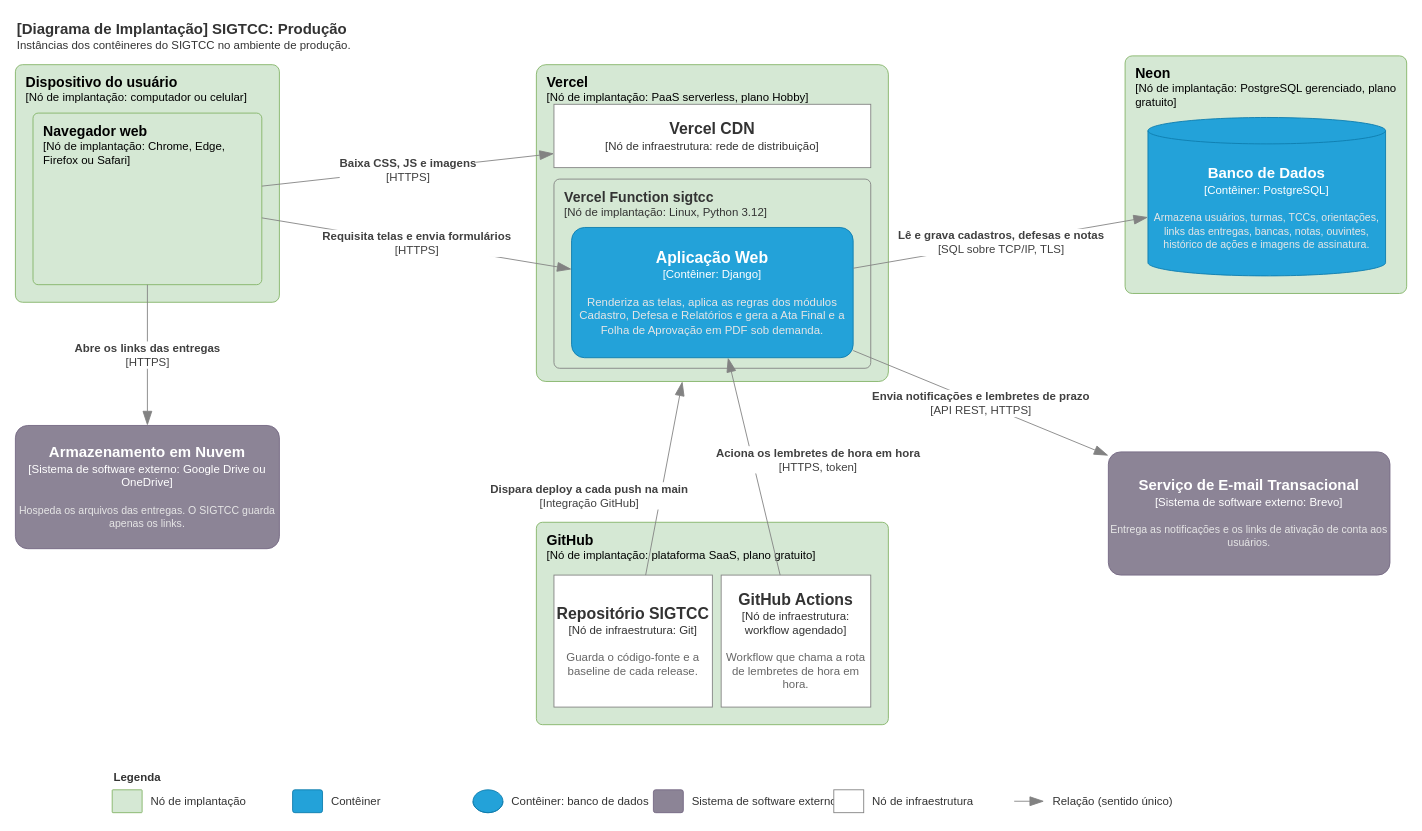
The draw.io diagram page "Produção" (1 of 2) of docs/arquitetura/Implantacao_SIGTCC.drawio in celiobenj/SIGTCC, before the edit. Source tidied: cells renumbered, new cells numbered last; positions are measured from the earlier drawing's top-left corner, leaving out a move shared by most shapes. Both pictures are drawn from the tidied source at 88%, with x=0, y=0 at pixel (15, 15).
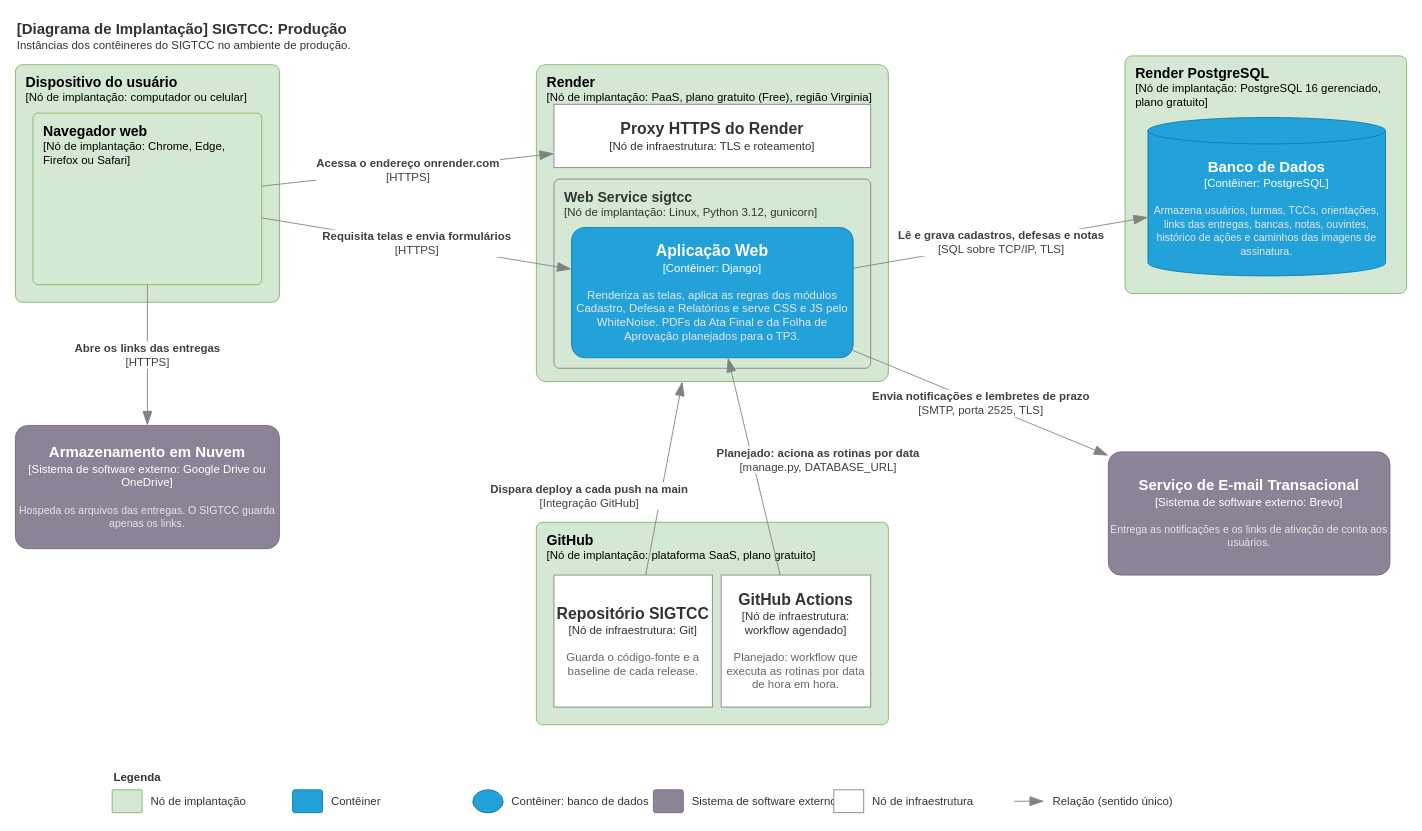
The same page after the edit.

Commit message (it also covers changes not shown here):
docs(config): atualizar diagramas de arquitetura para o Render

Implantacao e Componentes trocam Vercel, Neon, Blob e anymail pelo que roda (Render, PostgreSQL do Render, Brevo por SMTP, WhiteNoise) e marcam como planejados a rotina agendada, o armazenamento externo e os PDFs. Pacotes deixa de citar a feat-02 e perde a pagina de implantacao, que ja existe em Implantacao_SIGTCC.drawio.

Unchanged cells that the change refers to:
```xml
<mxCell id="4" value="&lt;font style=&quot;font-size: 16px;&quot;&gt;&lt;b&gt;Navegador web&lt;/b&gt;&lt;/font&gt;&lt;div&gt;[Nó de implantação: Chrome, Edge, Firefox ou Safari]&lt;/div&gt;" style="rounded=1;arcSize=3;whiteSpace=wrap;html=1;fillColor=#d5e8d4;strokeColor=#82b366;strokeWidth=1;fontSize=13;align=left;verticalAlign=top;spacingLeft=10;spacingTop=4;labelBackgroundColor=none;" parent="3" vertex="1">
  <mxGeometry x="20" y="55" width="260" height="195" as="geometry" />
</mxCell>
<mxCell id="11" value="&lt;font style=&quot;font-size: 16px;&quot;&gt;&lt;b&gt;GitHub&lt;/b&gt;&lt;/font&gt;&lt;div&gt;[Nó de implantação: plataforma SaaS, plano gratuito]&lt;/div&gt;" style="rounded=1;arcSize=3;whiteSpace=wrap;html=1;fillColor=#d5e8d4;strokeColor=#82b366;strokeWidth=1;fontSize=13;align=left;verticalAlign=top;spacingLeft=10;spacingTop=4;labelBackgroundColor=none;" parent="1" vertex="1">
  <mxGeometry x="592" y="576" width="400" height="230" as="geometry" />
</mxCell>
<mxCell id="14" value="&lt;font style=&quot;font-size: 17px;&quot;&gt;&lt;b&gt;Serviço de E-mail Transacional&lt;/b&gt;&lt;/font&gt;&lt;div&gt;[Sistema de software externo: Brevo]&lt;/div&gt;&lt;br&gt;&lt;div&gt;&lt;font style=&quot;font-size: 12px;&quot; color=&quot;#E6E6E6&quot;&gt;Entrega as notificações e os links de ativação de conta aos usuários.&lt;/font&gt;&lt;/div&gt;" style="rounded=1;whiteSpace=wrap;html=1;labelBackgroundColor=none;fillColor=#8C8496;fontColor=#ffffff;align=center;arcSize=10;strokeColor=#736782;fontSize=13;" parent="1" vertex="1">
  <mxGeometry x="1242" y="496" width="320" height="140" as="geometry" />
</mxCell>
```

Diff of the diagram source:
```diff
@@
-    <mxCell id="5" value="&lt;font style=&quot;font-size: 16px;&quot;&gt;&lt;b&gt;Vercel&lt;/b&gt;&lt;/font&gt;&lt;div&gt;[Nó de implantação: PaaS serverless, plano Hobby]&lt;/div&gt;" style="rounded=1;arcSize=3;whiteSpace=wrap;html=1;fillColor=#d5e8d4;strokeColor=#82b366;strokeWidth=1;fontSize=13;align=left;verticalAlign=top;spacingLeft=10;spacingTop=4;labelBackgroundColor=none;" parent="1" vertex="1">
+    <mxCell id="5" value="&lt;font style=&quot;font-size: 16px;&quot;&gt;&lt;b&gt;Render&lt;/b&gt;&lt;/font&gt;&lt;div&gt;[Nó de implantação: PaaS, plano gratuito (Free), região Virginia]&lt;/div&gt;" style="rounded=1;arcSize=3;whiteSpace=wrap;html=1;fillColor=#d5e8d4;strokeColor=#82b366;strokeWidth=1;fontSize=13;align=left;verticalAlign=top;spacingLeft=10;spacingTop=4;labelBackgroundColor=none;" parent="1" vertex="1">
       <mxGeometry x="592" y="56" width="400" height="360" as="geometry" />
     </mxCell>
-    <mxCell id="6" value="&lt;font style=&quot;font-size: 18px;&quot;&gt;&lt;b&gt;Vercel CDN&lt;/b&gt;&lt;/font&gt;&lt;div&gt;[Nó de infraestrutura: rede de distribuição]&lt;/div&gt;" style="rounded=0;whiteSpace=wrap;html=1;fillColor=#FFFFFF;strokeColor=#828282;strokeWidth=1;fontColor=#333333;fontSize=13;align=center;labelBackgroundColor=none;" parent="5" vertex="1">
+    <mxCell id="6" value="&lt;font style=&quot;font-size: 18px;&quot;&gt;&lt;b&gt;Proxy HTTPS do Render&lt;/b&gt;&lt;/font&gt;&lt;div&gt;[Nó de infraestrutura: TLS e roteamento]&lt;/div&gt;" style="rounded=0;whiteSpace=wrap;html=1;fillColor=#FFFFFF;strokeColor=#828282;strokeWidth=1;fontColor=#333333;fontSize=13;align=center;labelBackgroundColor=none;" parent="5" vertex="1">
       <mxGeometry x="20" y="45" width="360" height="72" as="geometry" />
     </mxCell>
-    <mxCell id="7" value="&lt;font style=&quot;font-size: 16px;&quot;&gt;&lt;b&gt;Vercel Function sigtcc&lt;/b&gt;&lt;/font&gt;&lt;div&gt;[Nó de implantação: Linux, Python 3.12]&lt;/div&gt;" style="rounded=1;arcSize=3;whiteSpace=wrap;html=1;fillColor=none;strokeColor=#828282;strokeWidth=1;fontColor=#333333;fontSize=13;align=left;verticalAlign=top;spacingLeft=10;spacingTop=4;labelBackgroundColor=none;" parent="5" vertex="1">
+    <mxCell id="7" value="&lt;font style=&quot;font-size: 16px;&quot;&gt;&lt;b&gt;Web Service sigtcc&lt;/b&gt;&lt;/font&gt;&lt;div&gt;[Nó de implantação: Linux, Python 3.12, gunicorn]&lt;/div&gt;" style="rounded=1;arcSize=3;whiteSpace=wrap;html=1;fillColor=none;strokeColor=#828282;strokeWidth=1;fontColor=#333333;fontSize=13;align=left;verticalAlign=top;spacingLeft=10;spacingTop=4;labelBackgroundColor=none;" parent="5" vertex="1">
       <mxGeometry x="20" y="130" width="360" height="215" as="geometry" />
     </mxCell>
-    <mxCell id="8" value="&lt;font style=&quot;font-size: 18px;&quot;&gt;&lt;b&gt;Aplicação Web&lt;/b&gt;&lt;/font&gt;&lt;div&gt;[Contêiner: Django]&lt;/div&gt;&lt;br&gt;&lt;div&gt;&lt;font style=&quot;font-size: 13px;&quot; color=&quot;#E6E6E6&quot;&gt;Renderiza as telas, aplica as regras dos módulos Cadastro, Defesa e Relatórios e gera a Ata Final e a Folha de Aprovação em PDF sob demanda.&lt;/font&gt;&lt;/div&gt;" style="rounded=1;whiteSpace=wrap;html=1;fontSize=13;labelBackgroundColor=none;fillColor=#23A2D9;fontColor=#ffffff;align=center;arcSize=10;strokeColor=#0E7DAD;" parent="7" vertex="1">
+    <mxCell id="8" value="&lt;font style=&quot;font-size: 18px;&quot;&gt;&lt;b&gt;Aplicação Web&lt;/b&gt;&lt;/font&gt;&lt;div&gt;[Contêiner: Django]&lt;/div&gt;&lt;br&gt;&lt;div&gt;&lt;font style=&quot;font-size: 13px;&quot; color=&quot;#E6E6E6&quot;&gt;Renderiza as telas, aplica as regras dos módulos Cadastro, Defesa e Relatórios e serve CSS e JS pelo WhiteNoise. PDFs da Ata Final e da Folha de Aprovação planejados para o TP3.&lt;/font&gt;&lt;/div&gt;" style="rounded=1;whiteSpace=wrap;html=1;fontSize=13;labelBackgroundColor=none;fillColor=#23A2D9;fontColor=#ffffff;align=center;arcSize=10;strokeColor=#0E7DAD;" parent="7" vertex="1">
       <mxGeometry x="20" y="55" width="320" height="148" as="geometry" />
     </mxCell>
-    <mxCell id="9" value="&lt;font style=&quot;font-size: 16px;&quot;&gt;&lt;b&gt;Neon&lt;/b&gt;&lt;/font&gt;&lt;div&gt;[Nó de implantação: PostgreSQL gerenciado, plano gratuito]&lt;/div&gt;" style="rounded=1;arcSize=3;whiteSpace=wrap;html=1;fillColor=#d5e8d4;strokeColor=#82b366;strokeWidth=1;fontSize=13;align=left;verticalAlign=top;spacingLeft=10;spacingTop=4;labelBackgroundColor=none;" parent="1" vertex="1">
+    <mxCell id="9" value="&lt;font style=&quot;font-size: 16px;&quot;&gt;&lt;b&gt;Render PostgreSQL&lt;/b&gt;&lt;/font&gt;&lt;div&gt;[Nó de implantação: PostgreSQL 16 gerenciado, plano gratuito]&lt;/div&gt;" style="rounded=1;arcSize=3;whiteSpace=wrap;html=1;fillColor=#d5e8d4;strokeColor=#82b366;strokeWidth=1;fontSize=13;align=left;verticalAlign=top;spacingLeft=10;spacingTop=4;labelBackgroundColor=none;" parent="1" vertex="1">
       <mxGeometry x="1261" y="46" width="320" height="270" as="geometry" />
     </mxCell>
-    <mxCell id="10" value="&lt;font style=&quot;font-size: 17px;&quot;&gt;&lt;b&gt;Banco de Dados&lt;/b&gt;&lt;/font&gt;&lt;div&gt;[Contêiner: PostgreSQL]&lt;/div&gt;&lt;br&gt;&lt;div&gt;&lt;font style=&quot;font-size: 12px;&quot; color=&quot;#E6E6E6&quot;&gt;Armazena usuários, turmas, TCCs, orientações, links das entregas, bancas, notas, ouvintes, histórico de ações e imagens de assinatura.&lt;/font&gt;&lt;/div&gt;" style="shape=cylinder3;size=15;whiteSpace=wrap;html=1;boundedLbl=1;rounded=0;labelBackgroundColor=none;fillColor=#23A2D9;fontSize=13;fontColor=#ffffff;align=center;strokeColor=#0E7DAD;" parent="9" vertex="1">
+    <mxCell id="10" value="&lt;font style=&quot;font-size: 17px;&quot;&gt;&lt;b&gt;Banco de Dados&lt;/b&gt;&lt;/font&gt;&lt;div&gt;[Contêiner: PostgreSQL]&lt;/div&gt;&lt;br&gt;&lt;div&gt;&lt;font style=&quot;font-size: 12px;&quot; color=&quot;#E6E6E6&quot;&gt;Armazena usuários, turmas, TCCs, orientações, links das entregas, bancas, notas, ouvintes, histórico de ações e caminhos das imagens de assinatura.&lt;/font&gt;&lt;/div&gt;" style="shape=cylinder3;size=15;whiteSpace=wrap;html=1;boundedLbl=1;rounded=0;labelBackgroundColor=none;fillColor=#23A2D9;fontSize=13;fontColor=#ffffff;align=center;strokeColor=#0E7DAD;" parent="9" vertex="1">
       <mxGeometry x="26" y="70" width="270" height="180" as="geometry" />
     </mxCell>
@@
-    <mxCell id="13" value="&lt;font style=&quot;font-size: 18px;&quot;&gt;&lt;b&gt;GitHub Actions&lt;/b&gt;&lt;/font&gt;&lt;div&gt;[Nó de infraestrutura: workflow agendado]&lt;/div&gt;&lt;br&gt;&lt;div&gt;&lt;font style=&quot;font-size: 13px;&quot; color=&quot;#666666&quot;&gt;Workflow que chama a rota de lembretes de hora em hora.&lt;/font&gt;&lt;/div&gt;" style="rounded=0;whiteSpace=wrap;html=1;fillColor=#FFFFFF;strokeColor=#828282;strokeWidth=1;fontColor=#333333;fontSize=13;align=center;labelBackgroundColor=none;" parent="11" vertex="1">
+    <mxCell id="13" value="&lt;font style=&quot;font-size: 18px;&quot;&gt;&lt;b&gt;GitHub Actions&lt;/b&gt;&lt;/font&gt;&lt;div&gt;[Nó de infraestrutura: workflow agendado]&lt;/div&gt;&lt;br&gt;&lt;div&gt;&lt;font style=&quot;font-size: 13px;&quot; color=&quot;#666666&quot;&gt;Planejado: workflow que executa as rotinas por data de hora em hora.&lt;/font&gt;&lt;/div&gt;" style="rounded=0;whiteSpace=wrap;html=1;fillColor=#FFFFFF;strokeColor=#828282;strokeWidth=1;fontColor=#333333;fontSize=13;align=center;labelBackgroundColor=none;" parent="11" vertex="1">
       <mxGeometry x="210" y="60" width="170" height="150" as="geometry" />
     </mxCell>
@@
-    <mxCell id="16" value="&lt;div style=&quot;text-align:center&quot;&gt;&lt;b&gt;Baixa CSS, JS e imagens&lt;/b&gt;&lt;/div&gt;&lt;div style=&quot;text-align:center&quot;&gt;[HTTPS]&lt;/div&gt;" style="endArrow=blockThin;html=1;fontSize=13;fontColor=#404040;strokeWidth=1;endFill=1;strokeColor=#828282;endSize=14;startSize=14;rounded=0;edgeStyle=none;labelBackgroundColor=#FFFFFF;" parent="1" edge="1" source="4" target="6">
+    <mxCell id="16" value="&lt;div style=&quot;text-align:center&quot;&gt;&lt;b&gt;Acessa o endereço onrender.com&lt;/b&gt;&lt;/div&gt;&lt;div style=&quot;text-align:center&quot;&gt;[HTTPS]&lt;/div&gt;" style="endArrow=blockThin;html=1;fontSize=13;fontColor=#404040;strokeWidth=1;endFill=1;strokeColor=#828282;endSize=14;startSize=14;rounded=0;edgeStyle=none;labelBackgroundColor=#FFFFFF;" parent="1" edge="1" source="4" target="6">
       <mxGeometry relative="1" as="geometry" />
     </mxCell>
@@
-    <mxCell id="19" value="&lt;div style=&quot;text-align:center&quot;&gt;&lt;b&gt;Envia notificações e lembretes de prazo&lt;/b&gt;&lt;/div&gt;&lt;div style=&quot;text-align:center&quot;&gt;[API REST, HTTPS]&lt;/div&gt;" style="endArrow=blockThin;html=1;fontSize=13;fontColor=#404040;strokeWidth=1;endFill=1;strokeColor=#828282;endSize=14;startSize=14;rounded=0;edgeStyle=none;labelBackgroundColor=#FFFFFF;" parent="1" edge="1" source="8" target="14">
+    <mxCell id="19" value="&lt;div style=&quot;text-align:center&quot;&gt;&lt;b&gt;Envia notificações e lembretes de prazo&lt;/b&gt;&lt;/div&gt;&lt;div style=&quot;text-align:center&quot;&gt;[SMTP, porta 2525, TLS]&lt;/div&gt;" style="endArrow=blockThin;html=1;fontSize=13;fontColor=#404040;strokeWidth=1;endFill=1;strokeColor=#828282;endSize=14;startSize=14;rounded=0;edgeStyle=none;labelBackgroundColor=#FFFFFF;" parent="1" edge="1" source="8" target="14">
       <mxGeometry relative="1" as="geometry" />
     </mxCell>
-    <mxCell id="20" value="&lt;div style=&quot;text-align:center&quot;&gt;&lt;b&gt;Aciona os lembretes de hora em hora&lt;/b&gt;&lt;/div&gt;&lt;div style=&quot;text-align:center&quot;&gt;[HTTPS, token]&lt;/div&gt;" style="endArrow=blockThin;html=1;fontSize=13;fontColor=#404040;strokeWidth=1;endFill=1;strokeColor=#828282;endSize=14;startSize=14;rounded=0;edgeStyle=none;labelBackgroundColor=#FFFFFF;" parent="1" edge="1" source="13" target="8">
+    <mxCell id="20" value="&lt;div style=&quot;text-align:center&quot;&gt;&lt;b&gt;Planejado: aciona as rotinas por data&lt;/b&gt;&lt;/div&gt;&lt;div style=&quot;text-align:center&quot;&gt;[manage.py, DATABASE_URL]&lt;/div&gt;" style="endArrow=blockThin;html=1;fontSize=13;fontColor=#404040;strokeWidth=1;endFill=1;strokeColor=#828282;endSize=14;startSize=14;rounded=0;edgeStyle=none;labelBackgroundColor=#FFFFFF;" parent="1" edge="1" source="13" target="8">
       <mxGeometry x="-0.08" y="-72" relative="1" as="geometry" />
     </mxCell>
```
